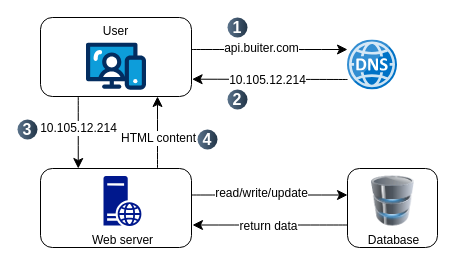
Before: page "two-tier" (2 of 5) of assets/img/2024-09-15/diagrams.drawio in mlorentedev/mlorentedev.github.io, a draw.io diagram. Source tidied: cells renumbered, new cells numbered last; positions are measured from the earlier drawing's top-left corner, leaving out a move shared by most shapes. Both pictures are drawn from the tidied source at 100%, with x=0, y=0 at pixel (17, 17).
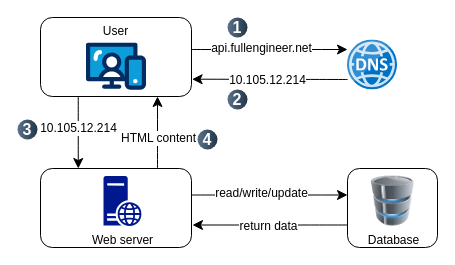
The same page after the edit.

Unchanged cells that the change refers to:
```xml
<mxCell id="8" style="endArrow=classic;html=1;rounded=0;fontSize=12;startSize=8;endSize=8;curved=1;exitX=0.998;exitY=0.287;exitDx=0;exitDy=0;exitPerimeter=0;" parent="2" edge="1">
  <mxGeometry relative="1" as="geometry">
    <mxPoint x="174" y="32" as="sourcePoint" />
    <mxPoint x="330" y="32" as="targetPoint" />
  </mxGeometry>
</mxCell>
```

Diff of the diagram source:
```diff
@@
-    <mxCell id="9" value="api.buiter.com" style="edgeLabel;html=1;align=center;verticalAlign=middle;fontSize=12;" parent="8" vertex="1">
+    <mxCell id="9" value="api.fullengineer.net" style="edgeLabel;html=1;align=center;verticalAlign=middle;fontSize=12;" parent="8" vertex="1">
       <mxGeometry x="-0.47" y="-1" relative="1" as="geometry">
         <mxPoint x="28" y="-3" as="offset" />
       </mxGeometry>
     </mxCell>
```
